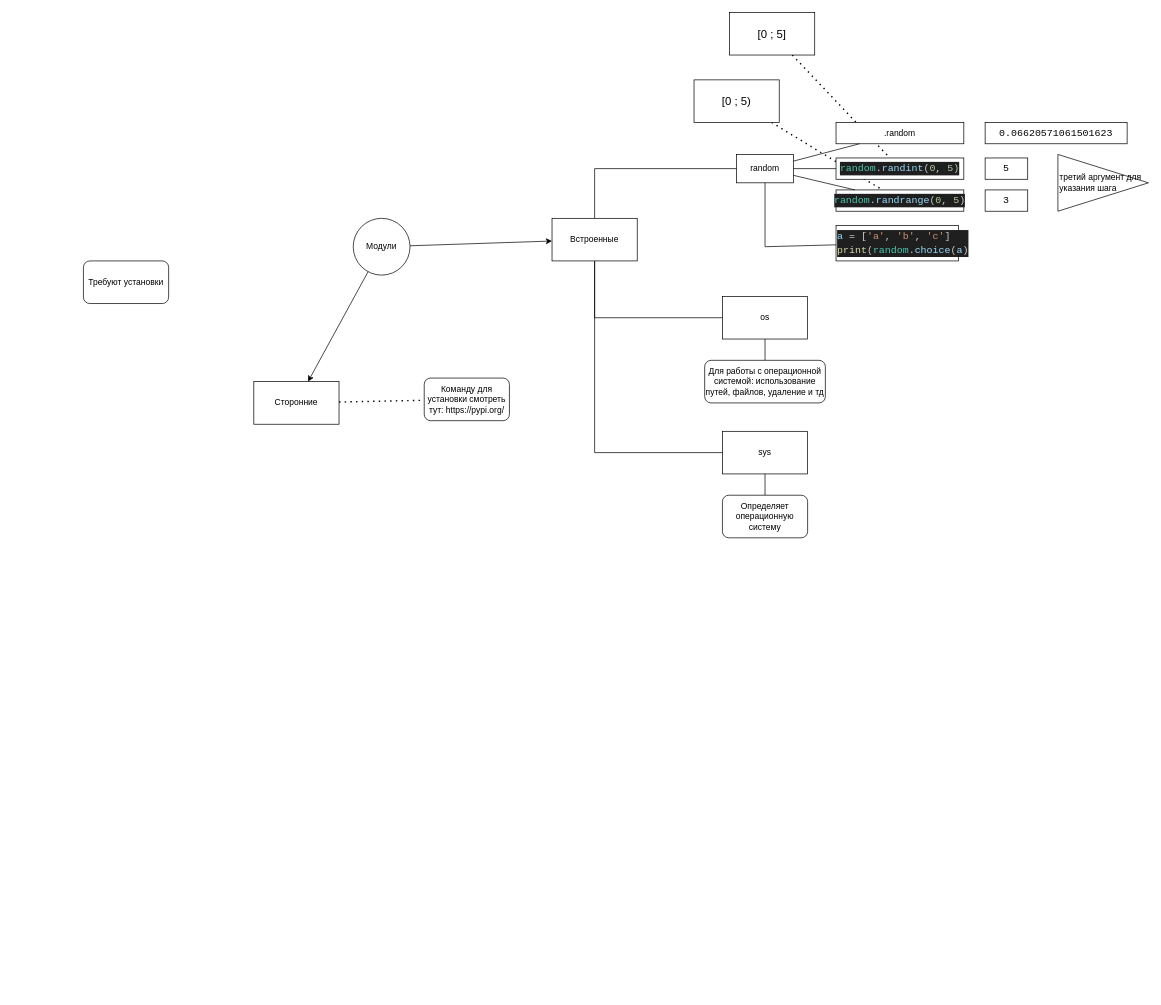
Before: шпаргалки/Модули.drawio in mklyuka/okulik_by, a draw.io diagram. Source tidied: cells renumbered, new cells numbered last; positions are measured from the earlier drawing's top-left corner, leaving out a move shared by most shapes. Both pictures are drawn from the tidied source at 71%, with x=0, y=0 at pixel (83, 12).
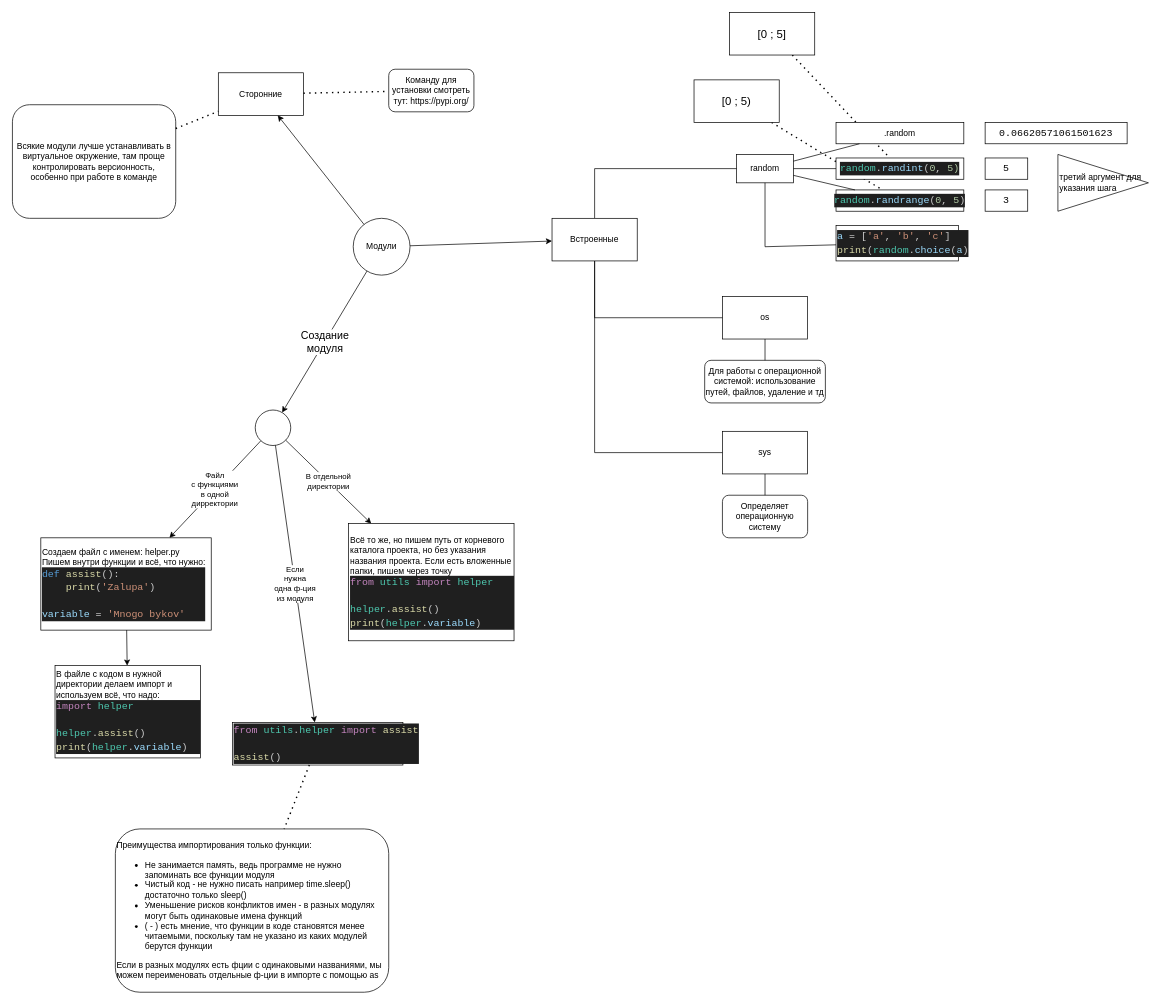
The same diagram, later.

Unchanged cells that the change refers to:
```xml
<mxCell id="4" value="Модули" style="ellipse;whiteSpace=wrap;html=1;" parent="1" vertex="1">
  <mxGeometry x="380" y="290" width="80" height="80" as="geometry" />
</mxCell>
```

The edit, as a diff of the source:
```diff
@@
     <mxCell id="31" value="Сторонние" style="rounded=0;whiteSpace=wrap;html=1;" parent="1" vertex="1">
-      <mxGeometry x="240" y="520" width="120" height="60" as="geometry" />
+      <mxGeometry x="190" y="85" width="120" height="60" as="geometry" />
     </mxCell>
@@
-    <mxCell id="33" value="Требуют установки" style="rounded=1;whiteSpace=wrap;html=1;" parent="1" vertex="1">
-      <mxGeometry y="350" width="120" height="60" as="geometry" />
-    </mxCell>
     <mxCell id="34" value="Команду для установки смотреть тут:&amp;nbsp;https://pypi.org/" style="rounded=1;whiteSpace=wrap;html=1;" parent="1" vertex="1">
-      <mxGeometry x="480" y="515" width="120" height="60" as="geometry" />
+      <mxGeometry x="430" y="80" width="120" height="60" as="geometry" />
     </mxCell>
@@
+    <mxCell id="36" value="Всякие модули лучше устанавливать в виртуальное окружение, там проще контролировать версионность, особенно при работе в команде" style="rounded=1;whiteSpace=wrap;html=1;" parent="1" vertex="1">
+      <mxGeometry x="-100" y="130" width="230" height="160" as="geometry" />
+    </mxCell>
+    <mxCell id="37" style="endArrow=none;dashed=1;html=1;dashPattern=1 3;strokeWidth=2;rounded=0;" parent="1" edge="1" source="36" target="31">
+      <mxGeometry relative="1" as="geometry" />
+    </mxCell>
+    <mxCell id="38" value="Создание&lt;div&gt;модуля&lt;/div&gt;" style="endArrow=classic;html=1;rounded=0;fontSize=15;" parent="1" edge="1" source="4" target="39">
+      <mxGeometry relative="1" as="geometry" />
+    </mxCell>
+    <mxCell id="39" style="ellipse;whiteSpace=wrap;html=1;" parent="1" vertex="1">
+      <mxGeometry x="242" y="560" width="50" height="50" as="geometry" />
+    </mxCell>
+    <mxCell id="40" value="Файл&lt;div&gt;с функциями&lt;/div&gt;&lt;div&gt;в одной&lt;/div&gt;&lt;div&gt;дирректории&lt;/div&gt;" style="endArrow=classic;html=1;rounded=0;" parent="1" edge="1" source="39" target="41">
+      <mxGeometry relative="1" as="geometry" />
+    </mxCell>
+    <mxCell id="41" value="Создаем файл с именем: helper.py&lt;div&gt;Пишем внутри функции и всё, что нужно:&lt;/div&gt;&lt;div&gt;&lt;div style=&quot;color: rgb(204, 204, 204); background-color: rgb(31, 31, 31); font-family: Consolas, &amp;quot;Courier New&amp;quot;, monospace; font-size: 14px; line-height: 19px; white-space: pre;&quot;&gt;&lt;div&gt;&lt;span style=&quot;color: #569cd6;&quot;&gt;def&lt;/span&gt; &lt;span style=&quot;color: #dcdcaa;&quot;&gt;assist&lt;/span&gt;():&lt;/div&gt;&lt;div&gt;&amp;nbsp; &amp;nbsp; &lt;span style=&quot;color: #dcdcaa;&quot;&gt;print&lt;/span&gt;(&lt;span style=&quot;color: #ce9178;&quot;&gt;'Zalupa'&lt;/span&gt;)&lt;/div&gt;&lt;br&gt;&lt;div&gt;&lt;span style=&quot;color: #9cdcfe;&quot;&gt;variable&lt;/span&gt; &lt;span style=&quot;color: #d4d4d4;&quot;&gt;=&lt;/span&gt; &lt;span style=&quot;color: #ce9178;&quot;&gt;'Mnogo bykov'&lt;/span&gt;&lt;/div&gt;&lt;/div&gt;&lt;/div&gt;" style="rounded=0;whiteSpace=wrap;html=1;align=left;" parent="1" vertex="1">
+      <mxGeometry x="-60" y="740" width="240" height="130" as="geometry" />
+    </mxCell>
+    <mxCell id="42" style="endArrow=classic;html=1;rounded=0;" parent="1" edge="1" source="41" target="43">
+      <mxGeometry relative="1" as="geometry" />
+    </mxCell>
+    <mxCell id="43" value="В файле с кодом в нужной директории делаем импорт и используем всё, что надо:&lt;div&gt;&lt;div style=&quot;color: rgb(204, 204, 204); background-color: rgb(31, 31, 31); font-family: Consolas, &amp;quot;Courier New&amp;quot;, monospace; font-size: 14px; line-height: 19px; white-space: pre;&quot;&gt;&lt;div style=&quot;color: rgb(204, 204, 204); background-color: rgb(31, 31, 31); line-height: 19px;&quot;&gt;&lt;div&gt;&lt;span style=&quot;color: #c586c0;&quot;&gt;import&lt;/span&gt; &lt;span style=&quot;color: #4ec9b0;&quot;&gt;helper&lt;/span&gt;&lt;/div&gt;&lt;br&gt;&lt;div&gt;&lt;span style=&quot;color: #4ec9b0;&quot;&gt;helper&lt;/span&gt;.&lt;span style=&quot;color: #dcdcaa;&quot;&gt;assist&lt;/span&gt;()&lt;/div&gt;&lt;div&gt;&lt;span style=&quot;color: #dcdcaa;&quot;&gt;print&lt;/span&gt;(&lt;span style=&quot;color: #4ec9b0;&quot;&gt;helper&lt;/span&gt;.&lt;span style=&quot;color: #9cdcfe;&quot;&gt;variable&lt;/span&gt;)&lt;/div&gt;&lt;/div&gt;&lt;/div&gt;&lt;/div&gt;" style="rounded=0;whiteSpace=wrap;html=1;align=left;" parent="1" vertex="1">
+      <mxGeometry x="-40" y="920" width="205" height="130" as="geometry" />
+    </mxCell>
+    <mxCell id="44" value="В отдельной&lt;div&gt;директории&lt;/div&gt;" style="endArrow=classic;html=1;rounded=0;" parent="1" edge="1" source="39" target="45">
+      <mxGeometry relative="1" as="geometry" />
+    </mxCell>
+    <mxCell id="45" value="Всё то же, но пишем путь от корневого каталога проекта, но без указания названия проекта. Если есть вложенные папки, пишем через точку&lt;br&gt;&lt;div&gt;&lt;div style=&quot;color: rgb(204, 204, 204); background-color: rgb(31, 31, 31); font-family: Consolas, &amp;quot;Courier New&amp;quot;, monospace; font-size: 14px; line-height: 19px; white-space: pre;&quot;&gt;&lt;div&gt;&lt;span style=&quot;color: #c586c0;&quot;&gt;from&lt;/span&gt; &lt;span style=&quot;color: #4ec9b0;&quot;&gt;utils&lt;/span&gt; &lt;span style=&quot;color: #c586c0;&quot;&gt;import&lt;/span&gt; &lt;span style=&quot;color: #4ec9b0;&quot;&gt;helper&lt;/span&gt;&lt;/div&gt;&lt;br&gt;&lt;div&gt;&lt;span style=&quot;color: #4ec9b0;&quot;&gt;helper&lt;/span&gt;.&lt;span style=&quot;color: #dcdcaa;&quot;&gt;assist&lt;/span&gt;()&lt;/div&gt;&lt;div&gt;&lt;span style=&quot;color: #dcdcaa;&quot;&gt;print&lt;/span&gt;(&lt;span style=&quot;color: #4ec9b0;&quot;&gt;helper&lt;/span&gt;.&lt;span style=&quot;color: #9cdcfe;&quot;&gt;variable&lt;/span&gt;)&lt;/div&gt;&lt;/div&gt;&lt;/div&gt;" style="rounded=0;whiteSpace=wrap;html=1;align=left;" parent="1" vertex="1">
+      <mxGeometry x="373.5" y="720" width="233" height="165" as="geometry" />
+    </mxCell>
+    <mxCell id="46" value="Если&lt;div&gt;нужна&lt;/div&gt;&lt;div&gt;одна ф-ция&lt;/div&gt;&lt;div&gt;из модуля&lt;/div&gt;" style="endArrow=classic;html=1;rounded=0;" parent="1" edge="1" source="39" target="47">
+      <mxGeometry relative="1" as="geometry" />
+    </mxCell>
+    <mxCell id="47" value="&lt;div style=&quot;color: rgb(204, 204, 204); background-color: rgb(31, 31, 31); font-family: Consolas, &amp;quot;Courier New&amp;quot;, monospace; font-size: 14px; line-height: 19px; white-space: pre;&quot;&gt;&lt;div&gt;&lt;span style=&quot;color: #c586c0;&quot;&gt;from&lt;/span&gt; &lt;span style=&quot;color: #4ec9b0;&quot;&gt;utils&lt;/span&gt;.&lt;span style=&quot;color: #4ec9b0;&quot;&gt;helper&lt;/span&gt; &lt;span style=&quot;color: #c586c0;&quot;&gt;import&lt;/span&gt; &lt;span style=&quot;color: #dcdcaa;&quot;&gt;assist&lt;/span&gt;&lt;/div&gt;&lt;br&gt;&lt;div&gt;&lt;span style=&quot;color: #dcdcaa;&quot;&gt;assist&lt;/span&gt;()&lt;/div&gt;&lt;/div&gt;" style="rounded=0;whiteSpace=wrap;html=1;align=left;" parent="1" vertex="1">
+      <mxGeometry x="210" y="1000" width="240" height="60" as="geometry" />
+    </mxCell>
+    <mxCell id="48" value="Преимущества импортирования только функции:&lt;div&gt;&lt;ul&gt;&lt;li&gt;Не занимается память, ведь программе не нужно запоминать все функции модуля&lt;/li&gt;&lt;li&gt;Чистый код - не нужно писать например time.sleep()&lt;br&gt;достаточно только sleep()&lt;/li&gt;&lt;li&gt;Уменьшение рисков конфликтов имен - в разных модулях могут быть одинаковые имена функций&lt;/li&gt;&lt;li&gt;( - ) есть мнение, что функции в коде становятся менее читаемыми, поскольку там не указано из каких модулей берутся функции&lt;/li&gt;&lt;/ul&gt;&lt;div&gt;Если в разных модулях есть фции с одинаковыми названиями, мы можем переименовать отдельные ф-ции в импорте с помощью as&lt;/div&gt;&lt;/div&gt;" style="rounded=1;whiteSpace=wrap;html=1;align=left;" parent="1" vertex="1">
+      <mxGeometry x="45" y="1150" width="385" height="230" as="geometry" />
+    </mxCell>
+    <mxCell id="49" style="endArrow=none;dashed=1;html=1;dashPattern=1 3;strokeWidth=2;rounded=0;" parent="1" edge="1" source="47" target="48">
+      <mxGeometry relative="1" as="geometry" />
+    </mxCell>
```
